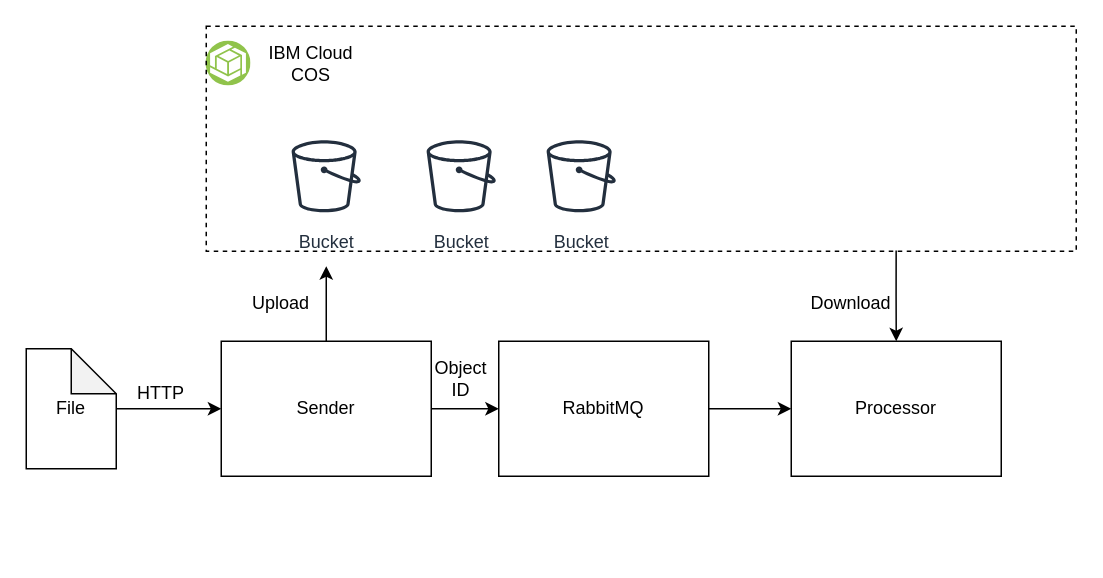
Earlier version of the draw.io diagram documents/images/sample_architecture.drawio (janpeter123/RabbitMQ). Source tidied: cells renumbered, new cells numbered last; positions are measured from the earlier drawing's top-left corner, leaving out a move shared by most shapes. Both pictures are drawn from the tidied source at 150%, with x=0, y=0 at pixel (26, 26). Pictures stored in the file or linked from it are replaced by grey dashed boxes.
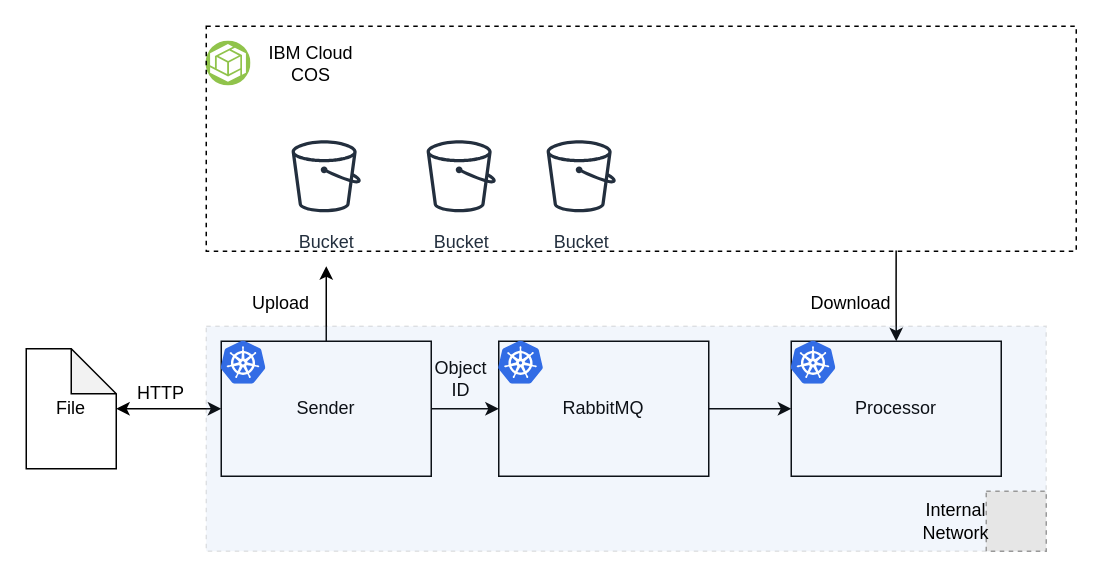
Above is the later version.

Commit message (it also covers changes not shown here):
Update application architecture

The change refers to these unchanged cells:
```xml
<mxCell id="4" style="rounded=0;whiteSpace=wrap;html=1;fillColor=none;" parent="1" vertex="1">
  <mxGeometry x="130" y="210" width="140" height="90" as="geometry" />
</mxCell>
<mxCell id="13" value="File" style="text;html=1;strokeColor=none;fillColor=none;align=center;verticalAlign=middle;whiteSpace=wrap;rounded=0;" parent="1" vertex="1">
  <mxGeometry y="240" width="60" height="30" as="geometry" />
</mxCell>
```

Change to the diagram source:
```diff
@@
-    <mxCell id="12" style="edgeStyle=orthogonalEdgeStyle;rounded=0;jettySize=auto;html=1;entryX=0;entryY=0.5;entryDx=0;entryDy=0;" parent="1" edge="1" source="13" target="4">
+    <mxCell id="12" style="edgeStyle=orthogonalEdgeStyle;rounded=0;jettySize=auto;html=1;entryX=0;entryY=0.5;entryDx=0;entryDy=0;startArrow=classic;startFill=1;" parent="1" edge="1" source="13" target="4">
       <mxGeometry relative="1" as="geometry" />
     </mxCell>
@@
+    <mxCell id="25" style="rounded=0;whiteSpace=wrap;html=1;fillColor=#7EA6E0;dashed=1;opacity=10;" parent="1" vertex="1">
+      <mxGeometry x="120" y="200" width="560" height="150" as="geometry" />
+    </mxCell>
+    <mxCell id="26" style="image;sketch=0;html=1;align=center;fontSize=12;image=img/lib/mscae/Kubernetes.svg;" parent="1" vertex="1">
+      <mxGeometry x="130" y="210" width="30" height="28.8" as="geometry" />
+    </mxCell>
+    <mxCell id="27" style="fillColor=#E6E6E6;strokeColor=#999999;dashed=1;html=1;verticalAlign=top;verticalLabelPosition=bottom;labelBackgroundColor=#ffffff;" parent="1" vertex="1">
+      <mxGeometry x="640" y="310" width="40" height="40" as="geometry" />
+    </mxCell>
+    <mxCell id="28" value="Internal Network" style="text;html=1;strokeColor=none;fillColor=none;align=center;verticalAlign=middle;whiteSpace=wrap;rounded=0;" parent="1" vertex="1">
+      <mxGeometry x="590" y="315" width="60" height="30" as="geometry" />
+    </mxCell>
+    <mxCell id="29" style="image;sketch=0;html=1;align=center;fontSize=12;image=img/lib/mscae/Kubernetes.svg;" parent="1" vertex="1">
+      <mxGeometry x="315" y="210" width="30" height="28.8" as="geometry" />
+    </mxCell>
+    <mxCell id="30" style="image;sketch=0;html=1;align=center;fontSize=12;image=img/lib/mscae/Kubernetes.svg;" parent="1" vertex="1">
+      <mxGeometry x="510" y="210" width="30" height="28.8" as="geometry" />
+    </mxCell>
```
